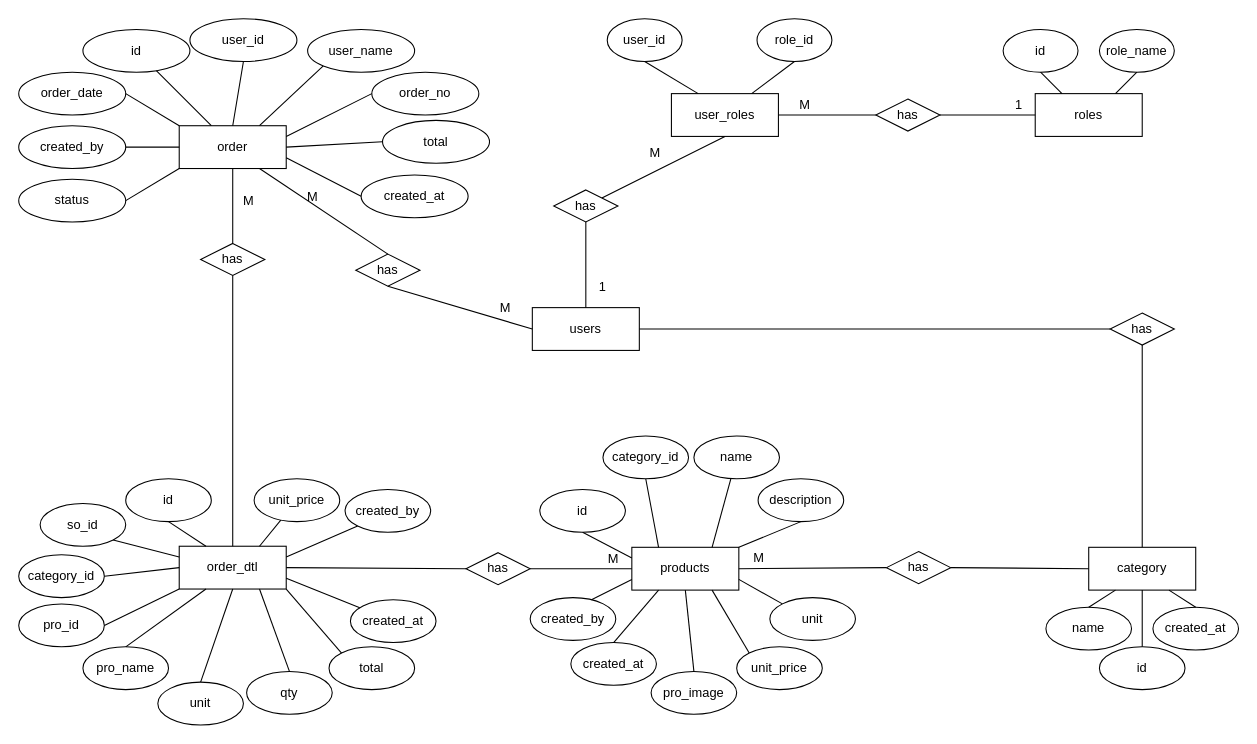
heanphearom/-img keeps this draw.io diagram as Untitled Diagram.drawio. Above is the earlier version. Source tidied: cells renumbered, new cells numbered last; positions are measured from the earlier drawing's top-left corner, leaving out a move shared by most shapes. Both pictures are drawn from the tidied source at 107%, with x=0, y=0 at pixel (18, 18).
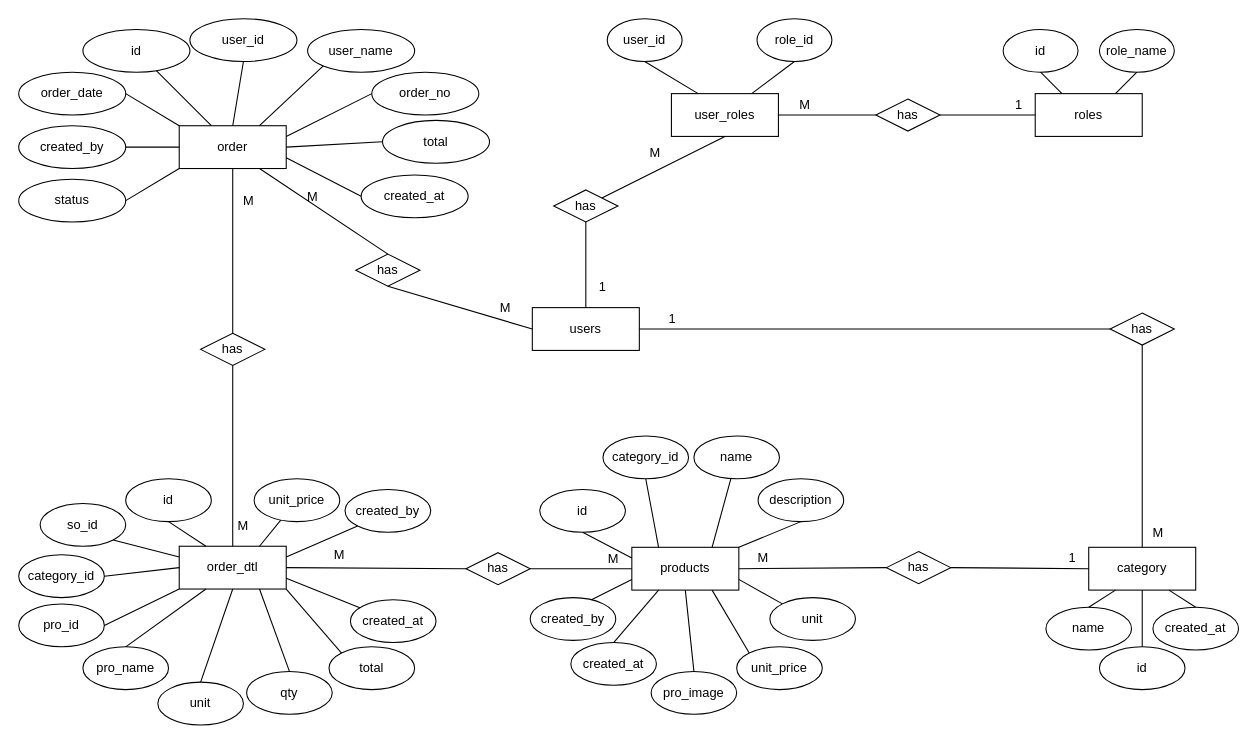
Above is the later version.

Change to the diagram source:
```diff
@@
     <mxCell id="23" value="has" style="shape=rhombus;perimeter=rhombusPerimeter;whiteSpace=wrap;html=1;align=center;fontSize=12;" parent="1" vertex="1">
-      <mxGeometry x="170" y="210" width="60" height="30" as="geometry" />
+      <mxGeometry x="170" y="294" width="60" height="30" as="geometry" />
     </mxCell>
@@
     <mxCell id="83" value="M" style="text;strokeColor=none;fillColor=none;spacingLeft=4;spacingRight=4;overflow=hidden;fontSize=12;align=center;verticalAlign=middle;" parent="1" vertex="1">
-      <mxGeometry x="677" y="493" width="30" height="20" as="geometry" />
+      <mxGeometry x="681" y="493" width="30" height="20" as="geometry" />
     </mxCell>
@@
+    <mxCell id="111" value="M" style="text;strokeColor=none;fillColor=none;spacingLeft=4;spacingRight=4;overflow=hidden;fontSize=12;align=center;verticalAlign=middle;" parent="1" vertex="1">
+      <mxGeometry x="1050" y="470" width="30" height="20" as="geometry" />
+    </mxCell>
+    <mxCell id="112" value="1" style="text;strokeColor=none;fillColor=none;spacingLeft=4;spacingRight=4;overflow=hidden;fontSize=12;align=center;verticalAlign=middle;" parent="1" vertex="1">
+      <mxGeometry x="596" y="270" width="30" height="20" as="geometry" />
+    </mxCell>
+    <mxCell id="113" value="1" style="text;strokeColor=none;fillColor=none;spacingLeft=4;spacingRight=4;overflow=hidden;fontSize=12;align=center;verticalAlign=middle;" parent="1" vertex="1">
+      <mxGeometry x="970" y="493" width="30" height="20" as="geometry" />
+    </mxCell>
+    <mxCell id="114" value="M" style="text;strokeColor=none;fillColor=none;spacingLeft=4;spacingRight=4;overflow=hidden;fontSize=12;align=center;verticalAlign=middle;" parent="1" vertex="1">
+      <mxGeometry x="195" y="463" width="30" height="20" as="geometry" />
+    </mxCell>
+    <mxCell id="115" value="M" style="text;strokeColor=none;fillColor=none;spacingLeft=4;spacingRight=4;overflow=hidden;fontSize=12;align=center;verticalAlign=middle;" parent="1" vertex="1">
+      <mxGeometry x="285" y="490" width="30" height="20" as="geometry" />
+    </mxCell>
```
